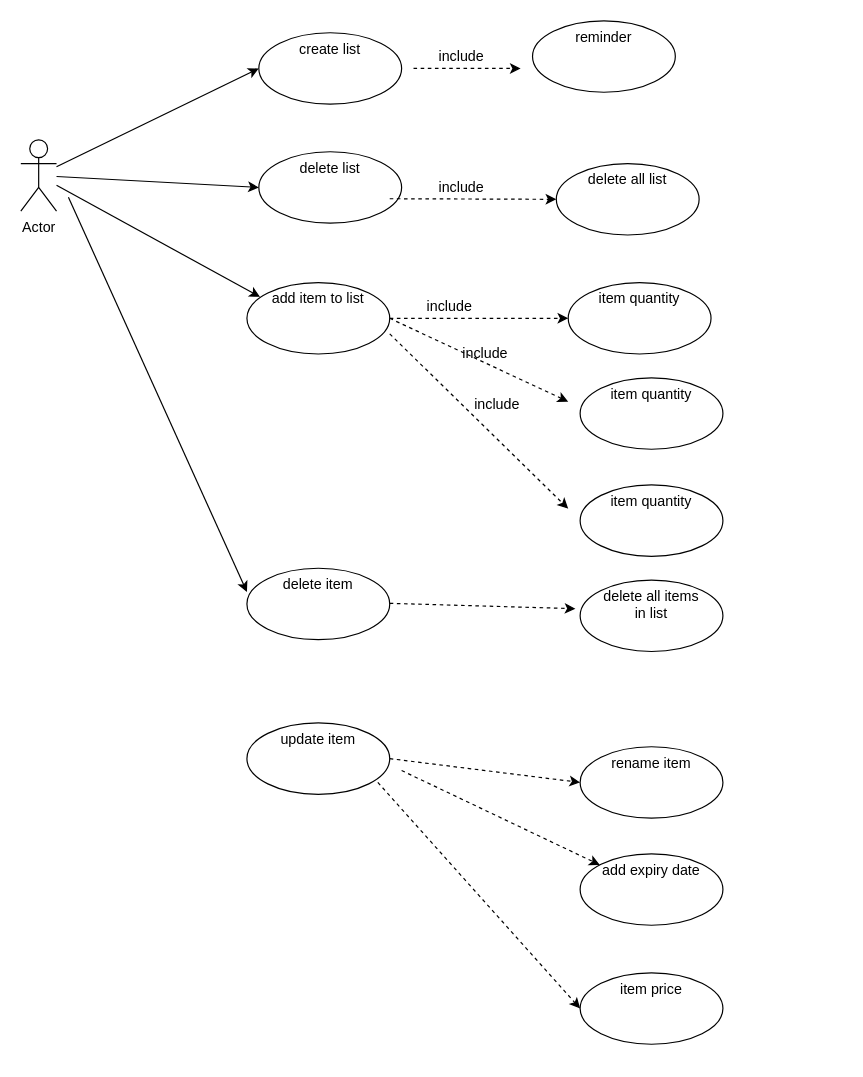
The draw.io diagram Sprint 3 UC Diagram.drawio in nobubelempande/shoppinglist, before the edit. Source tidied: cells renumbered, new cells numbered last; positions are measured from the earlier drawing's top-left corner, leaving out a move shared by most shapes. Both pictures are drawn from the tidied source at 119%, with x=0, y=0 at pixel (20, 20).
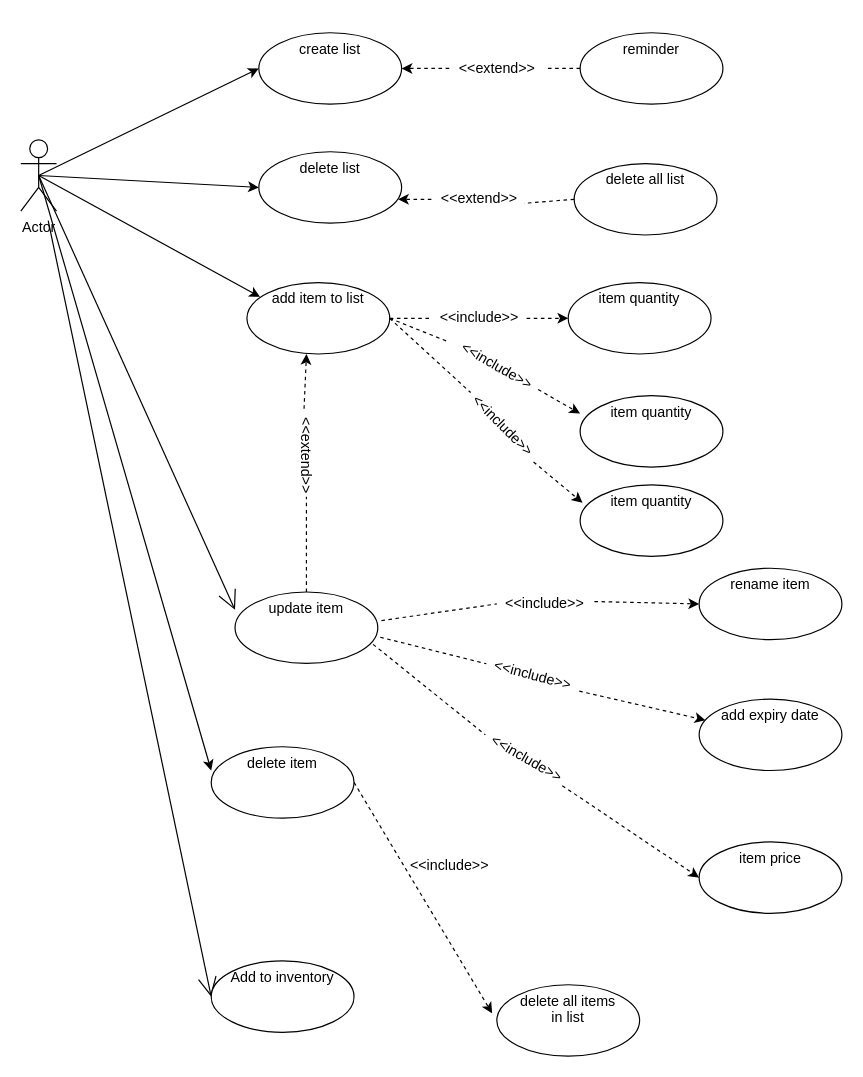
The same page after the edit.

The change refers to these unchanged cells:
```xml
<mxCell id="2" value="Actor" style="shape=umlActor;verticalLabelPosition=bottom;verticalAlign=top;html=1;outlineConnect=0;" parent="1" vertex="1">
  <mxGeometry y="100" width="30" height="60" as="geometry" />
</mxCell>
<mxCell id="3" value="create list" style="ellipse;whiteSpace=wrap;html=1;verticalAlign=top;" parent="1" vertex="1">
  <mxGeometry x="200" y="10" width="120" height="60" as="geometry" />
</mxCell>
<mxCell id="4" value="delete list" style="ellipse;whiteSpace=wrap;html=1;verticalAlign=top;" parent="1" vertex="1">
  <mxGeometry x="200" y="110" width="120" height="60" as="geometry" />
</mxCell>
<mxCell id="7" value="add item to list" style="ellipse;whiteSpace=wrap;html=1;verticalAlign=top;" parent="1" vertex="1">
  <mxGeometry x="190" y="220" width="120" height="60" as="geometry" />
</mxCell>
<mxCell id="11" value="&lt;div&gt;item quantity&lt;/div&gt;&lt;div&gt;&lt;br&gt;&lt;/div&gt;" style="ellipse;whiteSpace=wrap;html=1;verticalAlign=top;" parent="1" vertex="1">
  <mxGeometry x="460" y="220" width="120" height="60" as="geometry" />
</mxCell>
<mxCell id="14" value="&lt;div&gt;item quantity&lt;/div&gt;&lt;div&gt;&lt;br&gt;&lt;/div&gt;" style="ellipse;whiteSpace=wrap;html=1;verticalAlign=top;" parent="1" vertex="1">
  <mxGeometry x="470" y="390" width="120" height="60" as="geometry" />
</mxCell>
```

Diff of the diagram source:
```diff
@@
+    <mxCell id="35" style="edgeStyle=none;curved=1;rounded=0;jettySize=auto;html=1;exitX=0.5;exitY=0.5;exitDx=0;exitDy=0;exitPerimeter=0;entryX=0;entryY=0.25;entryDx=0;entryDy=0;entryPerimeter=0;endArrow=open;startSize=14;endSize=14;sourcePerimeterSpacing=8;targetPerimeterSpacing=8;" parent="1" edge="1" source="2" target="28">
+      <mxGeometry relative="1" as="geometry" />
+    </mxCell>
+    <mxCell id="36" style="edgeStyle=none;curved=1;rounded=0;jettySize=auto;html=1;endArrow=open;startSize=14;endSize=14;sourcePerimeterSpacing=8;targetPerimeterSpacing=8;entryX=0;entryY=0.5;entryDx=0;entryDy=0;" parent="1" edge="1" source="2" target="41">
+      <mxGeometry relative="1" as="geometry" />
+    </mxCell>
@@
-    <mxCell id="5" style="endArrow=classic;html=1;rounded=0;entryX=0;entryY=0.5;entryDx=0;entryDy=0;" parent="1" edge="1" source="2" target="3">
+    <mxCell id="5" style="endArrow=classic;html=1;rounded=0;entryX=0;entryY=0.5;entryDx=0;entryDy=0;exitX=0.5;exitY=0.5;exitDx=0;exitDy=0;exitPerimeter=0;" parent="1" edge="1" source="2" target="3">
       <mxGeometry relative="1" as="geometry" />
     </mxCell>
-    <mxCell id="6" style="endArrow=classic;html=1;rounded=0;entryX=0;entryY=0.5;entryDx=0;entryDy=0;" parent="1" edge="1" source="2" target="4">
+    <mxCell id="6" style="endArrow=classic;html=1;rounded=0;entryX=0;entryY=0.5;entryDx=0;entryDy=0;exitX=0.5;exitY=0.5;exitDx=0;exitDy=0;exitPerimeter=0;" parent="1" edge="1" source="2" target="4">
       <mxGeometry relative="1" as="geometry" />
     </mxCell>
@@
-    <mxCell id="8" style="endArrow=classic;html=1;rounded=0;dashed=1;" parent="1" edge="1">
-      <mxGeometry relative="1" as="geometry">
-        <mxPoint x="330" y="40" as="sourcePoint" />
-        <mxPoint x="420" y="40" as="targetPoint" />
-      </mxGeometry>
+    <mxCell id="8" style="endArrow=classic;html=1;rounded=0;dashed=1;exitX=0;exitY=0.5;exitDx=0;exitDy=0;entryX=1;entryY=0.5;entryDx=0;entryDy=0;startArrow=none;" parent="1" edge="1" source="10" target="3">
+      <mxGeometry relative="1" as="geometry" />
     </mxCell>
     <mxCell id="9" value="reminder" style="ellipse;whiteSpace=wrap;html=1;verticalAlign=top;" parent="1" vertex="1">
-      <mxGeometry x="430" width="120" height="60" as="geometry" />
+      <mxGeometry x="470" y="10" width="120" height="60" as="geometry" />
     </mxCell>
-    <mxCell id="10" value="include" style="text;html=1;align=center;verticalAlign=middle;points=[];strokeColor=none;fillColor=none;" parent="1" vertex="1">
-      <mxGeometry x="345" y="20" width="50" height="20" as="geometry" />
-    </mxCell>
@@
-    <mxCell id="12" style="endArrow=classic;html=1;rounded=0;entryX=0.092;entryY=0.2;entryDx=0;entryDy=0;entryPerimeter=0;" parent="1" edge="1" source="2" target="7">
+    <mxCell id="12" style="endArrow=classic;html=1;rounded=0;entryX=0.092;entryY=0.2;entryDx=0;entryDy=0;entryPerimeter=0;exitX=0.5;exitY=0.5;exitDx=0;exitDy=0;exitPerimeter=0;" parent="1" edge="1" source="2" target="7">
       <mxGeometry relative="1" as="geometry" />
     </mxCell>
     <mxCell id="13" value="&lt;div&gt;item quantity&lt;/div&gt;&lt;div&gt;&lt;br&gt;&lt;/div&gt;" style="ellipse;whiteSpace=wrap;html=1;verticalAlign=top;" parent="1" vertex="1">
-      <mxGeometry x="470" y="300" width="120" height="60" as="geometry" />
+      <mxGeometry x="470" y="315" width="120" height="60" as="geometry" />
     </mxCell>
@@
-    <mxCell id="15" style="endArrow=classic;html=1;rounded=0;dashed=1;exitX=1;exitY=0.5;exitDx=0;exitDy=0;entryX=0;entryY=0.5;entryDx=0;entryDy=0;" parent="1" edge="1" source="7" target="11">
+    <mxCell id="15" style="endArrow=classic;html=1;rounded=0;dashed=1;exitX=1;exitY=0.5;exitDx=0;exitDy=0;entryX=0;entryY=0.5;entryDx=0;entryDy=0;startArrow=none;" parent="1" edge="1" source="16" target="11">
       <mxGeometry relative="1" as="geometry" />
     </mxCell>
-    <mxCell id="16" value="include" style="text;html=1;align=center;verticalAlign=middle;points=[];strokeColor=none;fillColor=none;" parent="1" vertex="1">
-      <mxGeometry x="335" y="230" width="50" height="20" as="geometry" />
-    </mxCell>
-    <mxCell id="17" style="endArrow=classic;html=1;rounded=0;dashed=1;" parent="1" edge="1">
-      <mxGeometry relative="1" as="geometry">
-        <mxPoint x="310" y="250" as="sourcePoint" />
-        <mxPoint x="460" y="320" as="targetPoint" />
-      </mxGeometry>
+    <mxCell id="17" style="endArrow=classic;html=1;rounded=0;dashed=1;entryX=0;entryY=0.25;entryDx=0;entryDy=0;entryPerimeter=0;startArrow=none;" parent="1" edge="1" source="19" target="13">
+      <mxGeometry relative="1" as="geometry" />
     </mxCell>
-    <mxCell id="18" style="endArrow=classic;html=1;rounded=0;dashed=1;exitX=1;exitY=0.717;exitDx=0;exitDy=0;exitPerimeter=0;" parent="1" edge="1" source="7">
-      <mxGeometry relative="1" as="geometry">
-        <mxPoint x="460" y="410" as="targetPoint" />
-      </mxGeometry>
+    <mxCell id="18" style="endArrow=classic;html=1;rounded=0;dashed=1;entryX=0.017;entryY=0.25;entryDx=0;entryDy=0;entryPerimeter=0;startArrow=none;" parent="1" edge="1" source="20" target="14">
+      <mxGeometry relative="1" as="geometry" />
     </mxCell>
-    <mxCell id="19" value="include" style="text;html=1;align=center;verticalAlign=middle;points=[];strokeColor=none;fillColor=none;" parent="1" vertex="1">
-      <mxGeometry x="365" y="270" width="50" height="20" as="geometry" />
-    </mxCell>
-    <mxCell id="20" value="&lt;div&gt;include&lt;/div&gt;&lt;div&gt;&lt;br&gt;&lt;/div&gt;" style="text;html=1;align=center;verticalAlign=middle;points=[];strokeColor=none;fillColor=none;" parent="1" vertex="1">
-      <mxGeometry x="375" y="315" width="50" height="30" as="geometry" />
-    </mxCell>
     <mxCell id="21" value="delete item" style="ellipse;whiteSpace=wrap;html=1;verticalAlign=top;" parent="1" vertex="1">
-      <mxGeometry x="190" y="460" width="120" height="60" as="geometry" />
+      <mxGeometry x="160" y="610" width="120" height="60" as="geometry" />
     </mxCell>
     <mxCell id="22" value="delete all list" style="ellipse;whiteSpace=wrap;html=1;verticalAlign=top;" parent="1" vertex="1">
-      <mxGeometry x="450" y="120" width="120" height="60" as="geometry" />
+      <mxGeometry x="465" y="120" width="120" height="60" as="geometry" />
     </mxCell>
-    <mxCell id="23" style="endArrow=classic;html=1;rounded=0;dashed=1;exitX=1;exitY=0.5;exitDx=0;exitDy=0;" parent="1" edge="1">
-      <mxGeometry relative="1" as="geometry">
-        <mxPoint x="310" y="149.5" as="sourcePoint" />
-        <mxPoint x="450" y="150" as="targetPoint" />
-      </mxGeometry>
+    <mxCell id="23" style="endArrow=classic;html=1;rounded=0;dashed=1;exitX=0;exitY=0.5;exitDx=0;exitDy=0;entryX=0.975;entryY=0.667;entryDx=0;entryDy=0;entryPerimeter=0;startArrow=none;" parent="1" edge="1" source="24" target="4">
+      <mxGeometry relative="1" as="geometry" />
     </mxCell>
-    <mxCell id="24" value="&lt;div&gt;include&lt;/div&gt;" style="text;html=1;align=center;verticalAlign=middle;points=[];strokeColor=none;fillColor=none;" parent="1" vertex="1">
-      <mxGeometry x="345" y="130" width="50" height="20" as="geometry" />
-    </mxCell>
-    <mxCell id="25" style="endArrow=classic;html=1;rounded=0;entryX=0;entryY=0.333;entryDx=0;entryDy=0;entryPerimeter=0;" parent="1" edge="1" target="21">
-      <mxGeometry relative="1" as="geometry">
-        <mxPoint x="40" y="148.2" as="sourcePoint" />
-      </mxGeometry>
+    <mxCell id="25" style="endArrow=classic;html=1;rounded=0;entryX=0;entryY=0.333;entryDx=0;entryDy=0;entryPerimeter=0;exitX=0.5;exitY=0.5;exitDx=0;exitDy=0;exitPerimeter=0;" parent="1" edge="1" source="2" target="21">
+      <mxGeometry relative="1" as="geometry" />
     </mxCell>
-    <mxCell id="26" style="endArrow=classic;html=1;rounded=0;dashed=1;exitX=1;exitY=0.5;exitDx=0;exitDy=0;entryX=-0.033;entryY=0.4;entryDx=0;entryDy=0;entryPerimeter=0;" parent="1" edge="1" target="27">
-      <mxGeometry relative="1" as="geometry">
-        <mxPoint x="310" y="489.5" as="sourcePoint" />
-      </mxGeometry>
+    <mxCell id="26" style="endArrow=classic;html=1;rounded=0;dashed=1;entryX=-0.033;entryY=0.4;entryDx=0;entryDy=0;entryPerimeter=0;exitX=1;exitY=0.5;exitDx=0;exitDy=0;" parent="1" edge="1" source="21" target="27">
+      <mxGeometry relative="1" as="geometry" />
     </mxCell>
     <mxCell id="27" value="&lt;div&gt;delete all items &lt;br&gt;&lt;/div&gt;&lt;div&gt;in list&lt;/div&gt;" style="ellipse;whiteSpace=wrap;html=1;verticalAlign=top;" parent="1" vertex="1">
-      <mxGeometry x="470" y="470" width="120" height="60" as="geometry" />
+      <mxGeometry x="400" y="810" width="120" height="60" as="geometry" />
     </mxCell>
     <mxCell id="28" value="update item " style="ellipse;whiteSpace=wrap;html=1;verticalAlign=top;" parent="1" vertex="1">
-      <mxGeometry x="190" y="590" width="120" height="60" as="geometry" />
+      <mxGeometry x="180" y="480" width="120" height="60" as="geometry" />
     </mxCell>
     <mxCell id="29" value="rename item" style="ellipse;whiteSpace=wrap;html=1;verticalAlign=top;" parent="1" vertex="1">
-      <mxGeometry x="470" y="610" width="120" height="60" as="geometry" />
+      <mxGeometry x="570" y="460" width="120" height="60" as="geometry" />
     </mxCell>
-    <mxCell id="30" style="endArrow=classic;html=1;rounded=0;entryX=0;entryY=0.5;entryDx=0;entryDy=0;dashed=1;" parent="1" edge="1" target="29">
-      <mxGeometry relative="1" as="geometry">
-        <mxPoint x="310" y="620" as="sourcePoint" />
-      </mxGeometry>
+    <mxCell id="30" style="endArrow=classic;html=1;rounded=0;entryX=0;entryY=0.5;entryDx=0;entryDy=0;dashed=1;exitX=1.025;exitY=0.4;exitDx=0;exitDy=0;exitPerimeter=0;startArrow=none;" parent="1" edge="1" source="38" target="29">
+      <mxGeometry relative="1" as="geometry" />
     </mxCell>
     <mxCell id="31" value="add expiry date" style="ellipse;whiteSpace=wrap;html=1;verticalAlign=top;" parent="1" vertex="1">
-      <mxGeometry x="470" y="700" width="120" height="60" as="geometry" />
+      <mxGeometry x="570" y="570" width="120" height="60" as="geometry" />
     </mxCell>
     <mxCell id="32" value="item price" style="ellipse;whiteSpace=wrap;html=1;verticalAlign=top;" parent="1" vertex="1">
-      <mxGeometry x="470" y="800" width="120" height="60" as="geometry" />
+      <mxGeometry x="570" y="690" width="120" height="60" as="geometry" />
     </mxCell>
-    <mxCell id="33" style="endArrow=classic;html=1;rounded=0;dashed=1;" parent="1" edge="1" target="31">
-      <mxGeometry relative="1" as="geometry">
-        <mxPoint x="320" y="630" as="sourcePoint" />
-      </mxGeometry>
+    <mxCell id="33" style="endArrow=classic;html=1;rounded=0;dashed=1;exitX=1.017;exitY=0.633;exitDx=0;exitDy=0;exitPerimeter=0;startArrow=none;" parent="1" edge="1" source="44" target="31">
+      <mxGeometry relative="1" as="geometry" />
     </mxCell>
-    <mxCell id="34" style="endArrow=classic;html=1;rounded=0;entryX=0;entryY=0.5;entryDx=0;entryDy=0;dashed=1;" parent="1" edge="1" target="32">
-      <mxGeometry relative="1" as="geometry">
-        <mxPoint x="300" y="640" as="sourcePoint" />
-      </mxGeometry>
+    <mxCell id="34" style="endArrow=classic;html=1;rounded=0;entryX=0;entryY=0.5;entryDx=0;entryDy=0;dashed=1;exitX=0.967;exitY=0.733;exitDx=0;exitDy=0;exitPerimeter=0;startArrow=none;" parent="1" edge="1" source="42" target="32">
+      <mxGeometry relative="1" as="geometry" />
     </mxCell>
+    <mxCell id="37" style="endArrow=classic;html=1;rounded=0;dashed=1;entryX=0.417;entryY=1;entryDx=0;entryDy=0;entryPerimeter=0;exitX=0.013;exitY=0.6;exitDx=0;exitDy=0;startArrow=none;exitPerimeter=0;" parent="1" edge="1" source="50" target="7">
+      <mxGeometry relative="1" as="geometry" />
+    </mxCell>
+    <mxCell id="38" value="&amp;lt;&amp;lt;include&amp;gt;&amp;gt;" style="text;html=1;align=center;verticalAlign=middle;points=[];strokeColor=none;fillColor=none;hachureGap=4;" parent="1" vertex="1">
+      <mxGeometry x="400" y="480" width="80" height="20" as="geometry" />
+    </mxCell>
+    <mxCell id="39" style="endArrow=none;html=1;rounded=0;entryX=0;entryY=0.5;entryDx=0;entryDy=0;dashed=1;exitX=1.025;exitY=0.4;exitDx=0;exitDy=0;exitPerimeter=0;" parent="1" edge="1" source="28" target="38">
+      <mxGeometry relative="1" as="geometry" />
+    </mxCell>
+    <mxCell id="40" value="&amp;lt;&amp;lt;include&amp;gt;&amp;gt;" style="text;html=1;align=center;verticalAlign=middle;strokeColor=none;fillColor=none;hachureGap=4;" parent="1" vertex="1">
+      <mxGeometry x="320" y="700" width="80" height="20" as="geometry" />
+    </mxCell>
+    <mxCell id="41" value="Add to inventory" style="ellipse;whiteSpace=wrap;html=1;verticalAlign=top;" parent="1" vertex="1">
+      <mxGeometry x="160" y="790" width="120" height="60" as="geometry" />
+    </mxCell>
+    <mxCell id="42" value="&amp;lt;&amp;lt;include&amp;gt;&amp;gt;" style="text;html=1;align=center;verticalAlign=middle;points=[];strokeColor=none;fillColor=none;hachureGap=4;rotation=30;" parent="1" vertex="1">
+      <mxGeometry x="385" y="610" width="80" height="20" as="geometry" />
+    </mxCell>
+    <mxCell id="43" style="endArrow=none;html=1;rounded=0;entryX=0;entryY=0.5;entryDx=0;entryDy=0;dashed=1;exitX=0.967;exitY=0.733;exitDx=0;exitDy=0;exitPerimeter=0;" parent="1" edge="1" source="28" target="42">
+      <mxGeometry relative="1" as="geometry" />
+    </mxCell>
+    <mxCell id="44" value="&amp;lt;&amp;lt;include&amp;gt;&amp;gt;" style="text;html=1;align=center;verticalAlign=middle;points=[];strokeColor=none;fillColor=none;hachureGap=4;rotation=15;" parent="1" vertex="1">
+      <mxGeometry x="390" y="540" width="80" height="20" as="geometry" />
+    </mxCell>
+    <mxCell id="45" style="endArrow=none;html=1;rounded=0;dashed=1;exitX=1.017;exitY=0.633;exitDx=0;exitDy=0;exitPerimeter=0;" parent="1" edge="1" source="28" target="44">
+      <mxGeometry relative="1" as="geometry" />
+    </mxCell>
+    <mxCell id="10" value="&amp;lt;&amp;lt;extend&amp;gt;&amp;gt;" style="text;html=1;align=center;verticalAlign=middle;points=[];strokeColor=none;fillColor=none;" parent="1" vertex="1">
+      <mxGeometry x="360" y="30" width="80" height="20" as="geometry" />
+    </mxCell>
+    <mxCell id="46" style="endArrow=none;html=1;rounded=0;dashed=1;exitX=0;exitY=0.5;exitDx=0;exitDy=0;entryX=1;entryY=0.5;entryDx=0;entryDy=0;" parent="1" edge="1" source="9" target="10">
+      <mxGeometry relative="1" as="geometry" />
+    </mxCell>
+    <mxCell id="24" value="&amp;lt;&amp;lt;extend&amp;gt;&amp;gt;" style="text;html=1;align=center;verticalAlign=middle;points=[];strokeColor=none;fillColor=none;" parent="1" vertex="1">
+      <mxGeometry x="345" y="140" width="80" height="20" as="geometry" />
+    </mxCell>
+    <mxCell id="47" style="endArrow=none;html=1;rounded=0;dashed=1;exitX=0;exitY=0.5;exitDx=0;exitDy=0;entryX=0.975;entryY=0.667;entryDx=0;entryDy=0;entryPerimeter=0;" parent="1" edge="1" source="22" target="24">
+      <mxGeometry relative="1" as="geometry" />
+    </mxCell>
+    <mxCell id="16" value="&amp;lt;&amp;lt;include&amp;gt;&amp;gt;" style="text;html=1;align=center;verticalAlign=middle;points=[];strokeColor=none;fillColor=none;" parent="1" vertex="1">
+      <mxGeometry x="345" y="240" width="80" height="20" as="geometry" />
+    </mxCell>
+    <mxCell id="48" style="endArrow=none;html=1;rounded=0;dashed=1;exitX=1;exitY=0.5;exitDx=0;exitDy=0;entryX=0;entryY=0.5;entryDx=0;entryDy=0;" parent="1" edge="1" source="7" target="16">
+      <mxGeometry relative="1" as="geometry" />
+    </mxCell>
+    <mxCell id="19" value="&amp;lt;&amp;lt;include&amp;gt;&amp;gt;" style="text;html=1;align=center;verticalAlign=middle;points=[];strokeColor=none;fillColor=none;rotation=30;" parent="1" vertex="1">
+      <mxGeometry x="360" y="280" width="80" height="20" as="geometry" />
+    </mxCell>
+    <mxCell id="49" style="endArrow=none;html=1;rounded=0;dashed=1;" parent="1" edge="1">
+      <mxGeometry relative="1" as="geometry">
+        <mxPoint x="310" y="250" as="sourcePoint" />
+        <mxPoint x="360" y="270" as="targetPoint" />
+      </mxGeometry>
+    </mxCell>
+    <mxCell id="50" value="&amp;lt;&amp;lt;extend&amp;gt;&amp;gt;" style="text;html=1;align=center;verticalAlign=middle;points=[];strokeColor=none;fillColor=none;hachureGap=4;rotation=90;" parent="1" vertex="1">
+      <mxGeometry x="200" y="355" width="80" height="20" as="geometry" />
+    </mxCell>
+    <mxCell id="51" style="endArrow=none;html=1;rounded=0;dashed=1;exitX=0.5;exitY=0;exitDx=0;exitDy=0;" parent="1" edge="1" source="28">
+      <mxGeometry relative="1" as="geometry">
+        <mxPoint x="240" y="400" as="targetPoint" />
+      </mxGeometry>
+    </mxCell>
+    <mxCell id="20" value="&lt;div&gt;&amp;lt;&amp;lt;include&amp;gt;&amp;gt;&lt;/div&gt;&lt;div&gt;&lt;br&gt;&lt;/div&gt;" style="text;html=1;align=center;verticalAlign=middle;points=[];strokeColor=none;fillColor=none;rotation=45;" parent="1" vertex="1">
+      <mxGeometry x="360" y="330" width="80" height="30" as="geometry" />
+    </mxCell>
+    <mxCell id="52" style="endArrow=none;html=1;rounded=0;dashed=1;entryX=0.017;entryY=0.25;entryDx=0;entryDy=0;entryPerimeter=0;" parent="1" edge="1" target="20">
+      <mxGeometry relative="1" as="geometry">
+        <mxPoint x="310" y="250" as="sourcePoint" />
+      </mxGeometry>
+    </mxCell>
```
